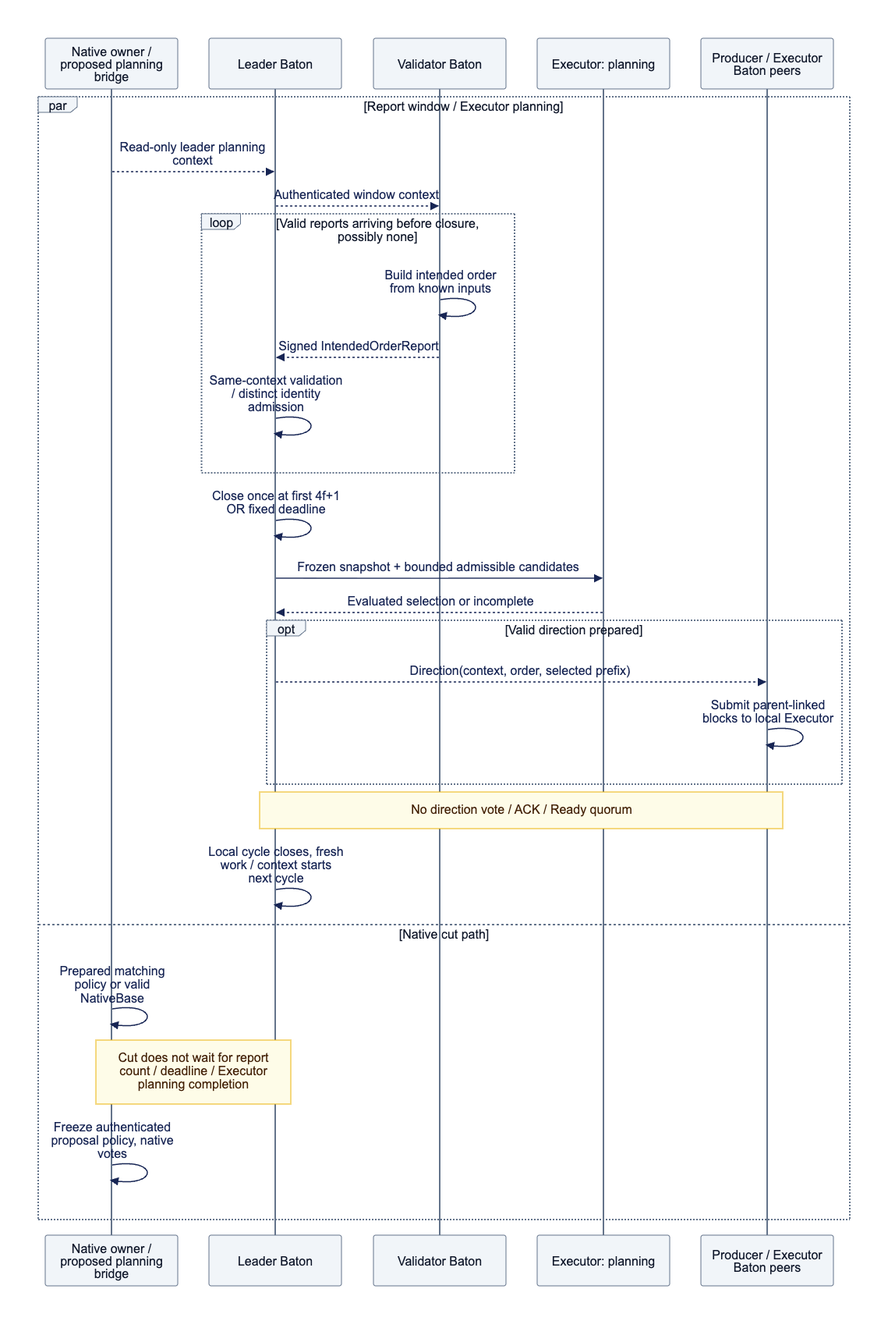
Earlier version of the Mermaid export docs/assets/diagrams/diagram-06.png (djm07073/baton-research). Its source is kept beside it as docs/assets/diagrams/diagram-06.mmd.
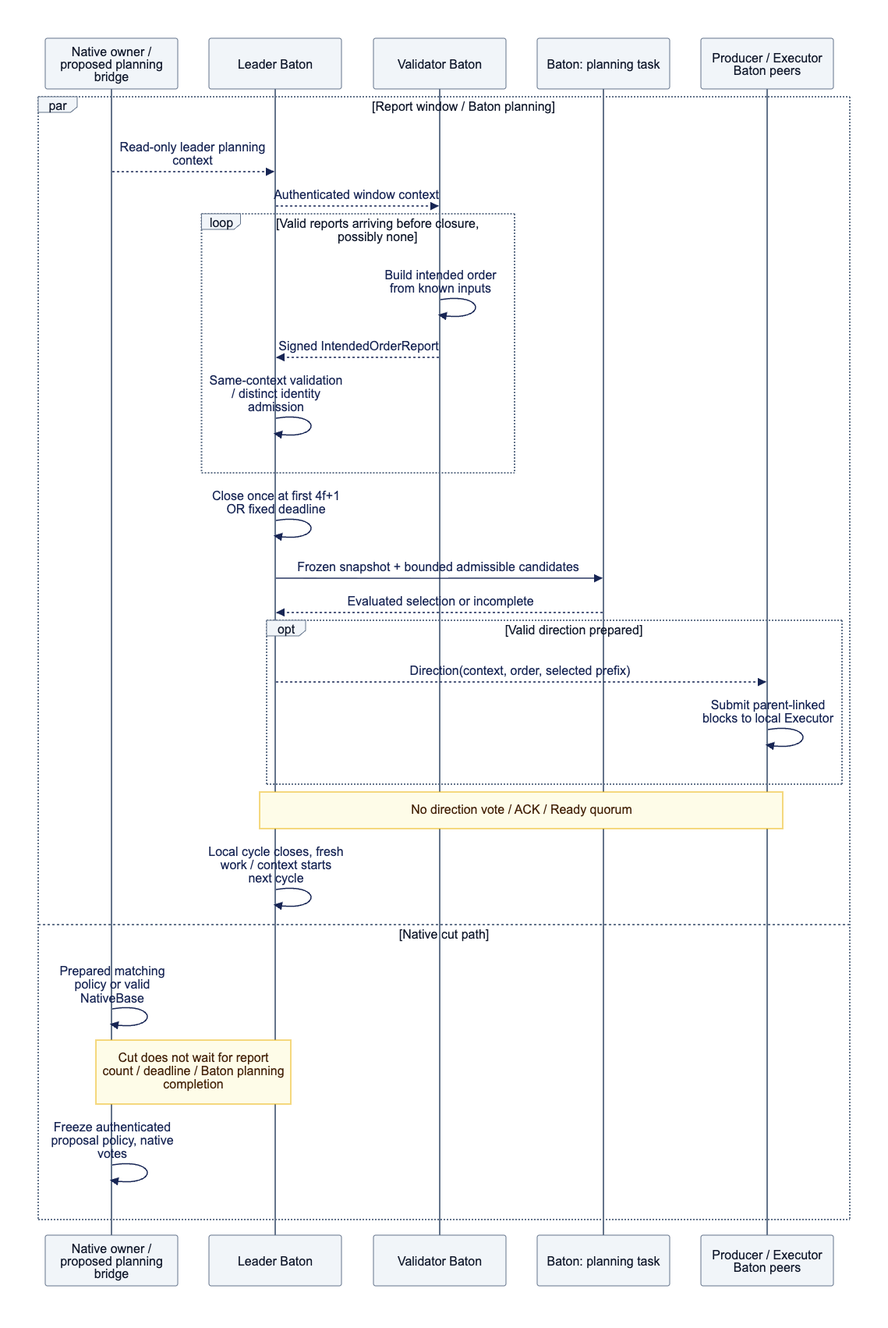
After the commit.

What changed in the source:
```diff
@@ -2,9 +2,9 @@
     participant N as Native owner / proposed planning bridge
     participant L as Leader Baton
     participant V as Validator Baton
-    participant P as Executor: planning
+    participant P as Baton: planning task
     participant X as Producer / Executor Baton peers
-    par Report window / Executor planning
+    par Report window / Baton planning
         N-->>L: Read-only leader planning context
         L-->>V: Authenticated window context
         loop Valid reports arriving before closure, possibly none
@@ -23,6 +23,6 @@
         L->>L: Local cycle closes, fresh work / context starts next cycle
     and Native cut path
         N->>N: Prepared matching policy or valid NativeBase
-        Note over N,L: Cut does not wait for report count / deadline / Executor planning completion
+        Note over N,L: Cut does not wait for report count / deadline / Baton planning completion
         N->>N: Freeze authenticated proposal policy, native votes
     end
```
